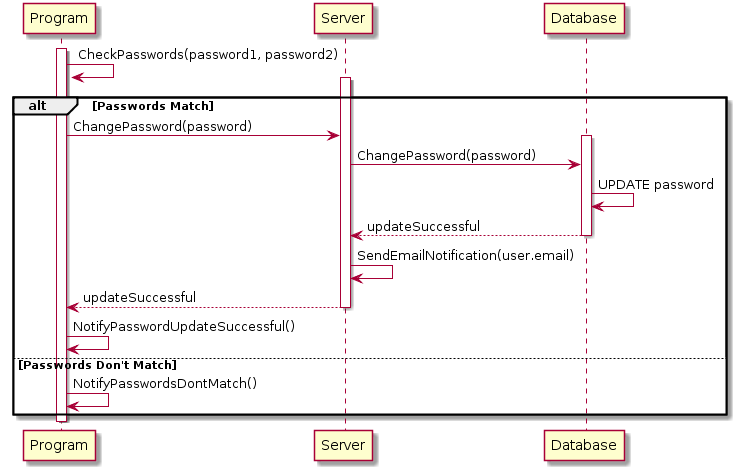
Before: doc/SSRS/images/SequenceDiagrams/AuthenticationChangePassword.png, a diagram exported from PlantUML (cs383-4/sQuire).
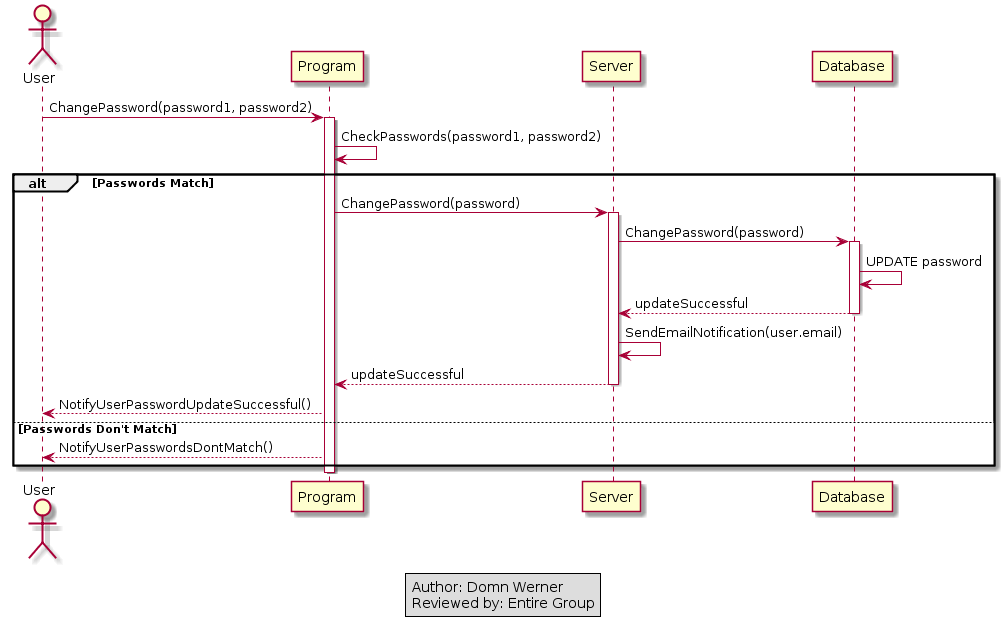
After the change.

What changed in the source:
```diff
@@ -1,26 +1,34 @@
 @startuml
+Actor User
+User -> Program : ChangePassword(password1, password2)
+
 Activate Program
 Program -> Program : CheckPasswords(password1, password2)
 
 alt Passwords Match
 
+    Program -> Server : ChangePassword(password)
     Activate Server
-    Program -> Server : ChangePassword(password)
+    Server -> Database : ChangePassword(password)
     Activate Database
-    Server -> Database : ChangePassword(password)
     Database -> Database : UPDATE password
     Database --> Server : updateSuccessful
     Deactivate Database
     Server -> Server : SendEmailNotification(user.email)
     Server --> Program : updateSuccessful
     Deactivate Server
-    Program -> Program : NotifyPasswordUpdateSuccessful()
+    Program --> User : NotifyUserPasswordUpdateSuccessful()
 
 else Passwords Don't Match
 
-    Program -> Program : NotifyPasswordsDontMatch()
+    Program --> User : NotifyUserPasswordsDontMatch()
 
 end
 
 Deactivate Program
+
+legend center
+Author: Domn Werner
+Reviewed by: Entire Group
+end legend
 @enduml
```
